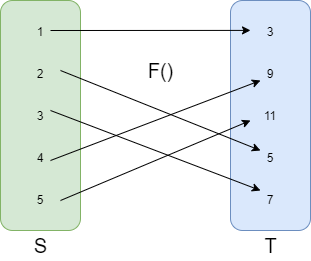
Before: static/blog/set-theory/ExampleFunction.png, a diagram exported from draw.io (serialphotog/hackeradam.com). Source tidied: cells renumbered, new cells last; positions are measured from the earlier drawing's top-left corner, leaving out a move shared by most shapes. The source it was exported from:
```xml
<mxGraphModel>
  <root>
    <mxCell id="0" />
    <mxCell id="1" parent="0" />
    <mxCell id="2" value="1&lt;br&gt;&lt;br&gt;&lt;br&gt;2&lt;br&gt;&lt;br&gt;&lt;br&gt;3&lt;br&gt;&lt;br&gt;&lt;br&gt;4&lt;br&gt;&lt;br&gt;&lt;br&gt;5" style="rounded=1;whiteSpace=wrap;html=1;fillColor=#d5e8d4;strokeColor=#82b366;" parent="1" vertex="1">
      <mxGeometry width="80" height="230" as="geometry" />
    </mxCell>
    <mxCell id="3" value="3&lt;br&gt;&lt;br&gt;&lt;br&gt;9&lt;br&gt;&lt;br&gt;&lt;br&gt;11&lt;br&gt;&lt;br&gt;&lt;br&gt;5&lt;br&gt;&lt;br&gt;&lt;br&gt;7" style="rounded=1;whiteSpace=wrap;html=1;fillColor=#dae8fc;strokeColor=#6c8ebf;" parent="1" vertex="1">
      <mxGeometry x="230" width="80" height="230" as="geometry" />
    </mxCell>
    <mxCell id="4" style="endArrow=classic;html=1;entryX=0.25;entryY=0.13;entryDx=0;entryDy=0;entryPerimeter=0;" parent="1" edge="1" target="3">
      <mxGeometry relative="1" as="geometry">
        <mxPoint x="50" y="30" as="sourcePoint" />
      </mxGeometry>
    </mxCell>
    <mxCell id="5" style="endArrow=classic;html=1;" parent="1" edge="1">
      <mxGeometry relative="1" as="geometry">
        <mxPoint x="60" y="70" as="sourcePoint" />
        <mxPoint x="260" y="150" as="targetPoint" />
      </mxGeometry>
    </mxCell>
    <mxCell id="6" style="endArrow=classic;html=1;" parent="1" edge="1">
      <mxGeometry relative="1" as="geometry">
        <mxPoint x="50" y="110" as="sourcePoint" />
        <mxPoint x="260" y="190" as="targetPoint" />
      </mxGeometry>
    </mxCell>
    <mxCell id="7" style="endArrow=classic;html=1;" parent="1" edge="1">
      <mxGeometry relative="1" as="geometry">
        <mxPoint x="50" y="160" as="sourcePoint" />
        <mxPoint x="260" y="80" as="targetPoint" />
      </mxGeometry>
    </mxCell>
    <mxCell id="8" style="endArrow=classic;html=1;" parent="1" edge="1">
      <mxGeometry relative="1" as="geometry">
        <mxPoint x="60" y="200" as="sourcePoint" />
        <mxPoint x="250" y="120" as="targetPoint" />
      </mxGeometry>
    </mxCell>
    <mxCell id="9" value="F()" style="text;html=1;align=center;verticalAlign=middle;fontSize=20;" parent="1" vertex="1">
      <mxGeometry x="140" y="55" width="40" height="30" as="geometry" />
    </mxCell>
    <mxCell id="10" value="S" style="text;html=1;align=center;verticalAlign=middle;fontSize=20;" parent="1" vertex="1">
      <mxGeometry x="25" y="230" width="30" height="30" as="geometry" />
    </mxCell>
    <mxCell id="11" value="T" style="text;html=1;align=center;verticalAlign=middle;fontSize=20;" parent="1" vertex="1">
      <mxGeometry x="255" y="230" width="30" height="30" as="geometry" />
    </mxCell>
  </root>
</mxGraphModel>
```
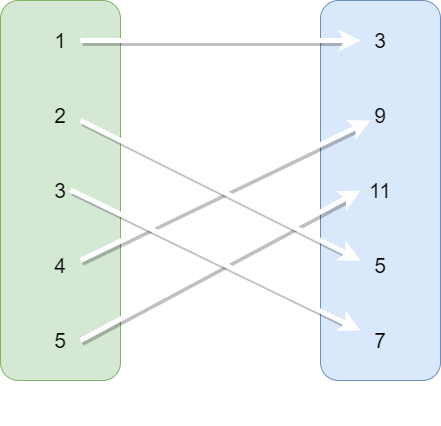
After the commit.

The edit, as a diff of the source:
```diff
@@ -2,49 +2,50 @@
   <root>
     <mxCell id="0" />
     <mxCell id="1" parent="0" />
-    <mxCell id="2" value="1&lt;br&gt;&lt;br&gt;&lt;br&gt;2&lt;br&gt;&lt;br&gt;&lt;br&gt;3&lt;br&gt;&lt;br&gt;&lt;br&gt;4&lt;br&gt;&lt;br&gt;&lt;br&gt;5" style="rounded=1;whiteSpace=wrap;html=1;fillColor=#d5e8d4;strokeColor=#82b366;" parent="1" vertex="1">
-      <mxGeometry width="80" height="230" as="geometry" />
+    <mxCell id="2" value="1&lt;br style=&quot;font-size: 21px;&quot;&gt;&lt;br style=&quot;font-size: 21px;&quot;&gt;&lt;br style=&quot;font-size: 21px;&quot;&gt;2&lt;br style=&quot;font-size: 21px;&quot;&gt;&lt;br style=&quot;font-size: 21px;&quot;&gt;&lt;br style=&quot;font-size: 21px;&quot;&gt;3&lt;br style=&quot;font-size: 21px;&quot;&gt;&lt;br style=&quot;font-size: 21px;&quot;&gt;&lt;br style=&quot;font-size: 21px;&quot;&gt;4&lt;br style=&quot;font-size: 21px;&quot;&gt;&lt;br style=&quot;font-size: 21px;&quot;&gt;&lt;br style=&quot;font-size: 21px;&quot;&gt;5" style="rounded=1;whiteSpace=wrap;html=1;fontSize=21;fillColor=#d5e8d4;strokeColor=#82b366;" parent="1" vertex="1">
+      <mxGeometry y="-20" width="120" height="380" as="geometry" />
     </mxCell>
-    <mxCell id="3" value="3&lt;br&gt;&lt;br&gt;&lt;br&gt;9&lt;br&gt;&lt;br&gt;&lt;br&gt;11&lt;br&gt;&lt;br&gt;&lt;br&gt;5&lt;br&gt;&lt;br&gt;&lt;br&gt;7" style="rounded=1;whiteSpace=wrap;html=1;fillColor=#dae8fc;strokeColor=#6c8ebf;" parent="1" vertex="1">
-      <mxGeometry x="230" width="80" height="230" as="geometry" />
+    <mxCell id="3" value="3&lt;br&gt;&lt;br&gt;&lt;br&gt;9&lt;br&gt;&lt;br&gt;&lt;br&gt;11&lt;br&gt;&lt;br&gt;&lt;br&gt;5&lt;br&gt;&lt;br&gt;&lt;br&gt;7" style="rounded=1;whiteSpace=wrap;html=1;fontSize=21;fillColor=#dae8fc;strokeColor=#6c8ebf;" parent="1" vertex="1">
+      <mxGeometry x="320" y="-20" width="120" height="380" as="geometry" />
     </mxCell>
-    <mxCell id="4" style="endArrow=classic;html=1;entryX=0.25;entryY=0.13;entryDx=0;entryDy=0;entryPerimeter=0;" parent="1" edge="1" target="3">
-      <mxGeometry relative="1" as="geometry">
-        <mxPoint x="50" y="30" as="sourcePoint" />
-      </mxGeometry>
-    </mxCell>
-    <mxCell id="5" style="endArrow=classic;html=1;" parent="1" edge="1">
-      <mxGeometry relative="1" as="geometry">
-        <mxPoint x="60" y="70" as="sourcePoint" />
-        <mxPoint x="260" y="150" as="targetPoint" />
-      </mxGeometry>
-    </mxCell>
-    <mxCell id="6" style="endArrow=classic;html=1;" parent="1" edge="1">
-      <mxGeometry relative="1" as="geometry">
-        <mxPoint x="50" y="110" as="sourcePoint" />
-        <mxPoint x="260" y="190" as="targetPoint" />
-      </mxGeometry>
-    </mxCell>
-    <mxCell id="7" style="endArrow=classic;html=1;" parent="1" edge="1">
-      <mxGeometry relative="1" as="geometry">
-        <mxPoint x="50" y="160" as="sourcePoint" />
-        <mxPoint x="260" y="80" as="targetPoint" />
-      </mxGeometry>
-    </mxCell>
-    <mxCell id="8" style="endArrow=classic;html=1;" parent="1" edge="1">
-      <mxGeometry relative="1" as="geometry">
-        <mxPoint x="60" y="200" as="sourcePoint" />
-        <mxPoint x="250" y="120" as="targetPoint" />
-      </mxGeometry>
-    </mxCell>
+    <mxCell id="12" style="endArrow=classic;html=1;fontSize=21;strokeWidth=5;fontColor=#FFFFFF;strokeColor=#FFFFFF;shadow=1;" parent="1" edge="1">
+      <mxGeometry relative="1" as="geometry">
+        <mxPoint x="80" y="20" as="sourcePoint" />
+        <mxPoint x="360" y="20" as="targetPoint" />
+      </mxGeometry>
+    </mxCell>
+    <mxCell id="13" style="endArrow=classic;html=1;fontSize=21;strokeWidth=5;fontColor=#FFFFFF;strokeColor=#FFFFFF;shadow=1;" parent="1" edge="1">
+      <mxGeometry relative="1" as="geometry">
+        <mxPoint x="80" y="320" as="sourcePoint" />
+        <mxPoint x="360" y="170" as="targetPoint" />
+      </mxGeometry>
+    </mxCell>
+    <mxCell id="14" style="endArrow=classic;html=1;fontSize=21;strokeWidth=5;fontColor=#FFFFFF;strokeColor=#FFFFFF;shadow=1;" parent="1" edge="1">
+      <mxGeometry relative="1" as="geometry">
+        <mxPoint x="80" y="240" as="sourcePoint" />
+        <mxPoint x="370" y="100" as="targetPoint" />
+      </mxGeometry>
+    </mxCell>
+    <mxCell id="15" style="endArrow=classic;html=1;fontSize=21;strokeWidth=5;fontColor=#FFFFFF;strokeColor=#FFFFFF;shadow=1;" parent="1" edge="1">
+      <mxGeometry relative="1" as="geometry">
+        <mxPoint x="70" y="169.5" as="sourcePoint" />
+        <mxPoint x="360" y="310" as="targetPoint" />
+      </mxGeometry>
+    </mxCell>
+    <mxCell id="16" style="endArrow=classic;html=1;fontSize=21;strokeWidth=5;fontColor=#FFFFFF;strokeColor=#FFFFFF;shadow=1;" parent="1" edge="1">
+      <mxGeometry relative="1" as="geometry">
+        <mxPoint x="80" y="100" as="sourcePoint" />
+        <mxPoint x="360" y="240" as="targetPoint" />
+      </mxGeometry>
+    </mxCell>
-    <mxCell id="9" value="F()" style="text;html=1;align=center;verticalAlign=middle;fontSize=20;" parent="1" vertex="1">
-      <mxGeometry x="140" y="55" width="40" height="30" as="geometry" />
+    <mxCell id="9" value="F()" style="text;html=1;fillColor=none;align=center;verticalAlign=middle;whiteSpace=wrap;rounded=0;fontSize=25;fontColor=#FFFFFF;" parent="1" vertex="1">
+      <mxGeometry x="200" y="70" width="40" height="20" as="geometry" />
     </mxCell>
-    <mxCell id="10" value="S" style="text;html=1;align=center;verticalAlign=middle;fontSize=20;" parent="1" vertex="1">
-      <mxGeometry x="25" y="230" width="30" height="30" as="geometry" />
+    <mxCell id="10" value="S" style="text;html=1;fillColor=none;align=center;verticalAlign=middle;whiteSpace=wrap;rounded=0;fontSize=25;fontColor=#FFFFFF;" parent="1" vertex="1">
+      <mxGeometry x="40" y="380" width="40" height="20" as="geometry" />
     </mxCell>
-    <mxCell id="11" value="T" style="text;html=1;align=center;verticalAlign=middle;fontSize=20;" parent="1" vertex="1">
-      <mxGeometry x="255" y="230" width="30" height="30" as="geometry" />
+    <mxCell id="11" value="T" style="text;html=1;fillColor=none;align=center;verticalAlign=middle;whiteSpace=wrap;rounded=0;fontSize=25;fontColor=#FFFFFF;" parent="1" vertex="1">
+      <mxGeometry x="360" y="380" width="40" height="20" as="geometry" />
     </mxCell>
   </root>
 </mxGraphModel>
```
